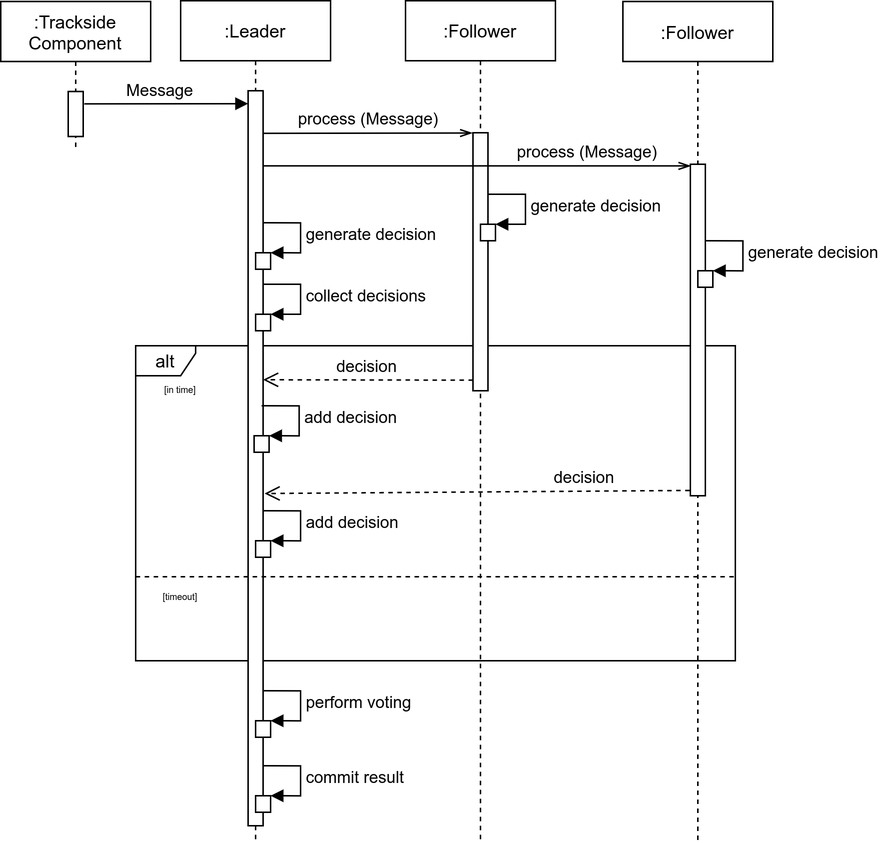
Earlier version of the draw.io export images/sequence/CollectResults.png (Boffmann/masterThesis). Source tidied: cells renumbered, new cells last; positions are measured from the earlier drawing's top-left corner, leaving out a move shared by most shapes.
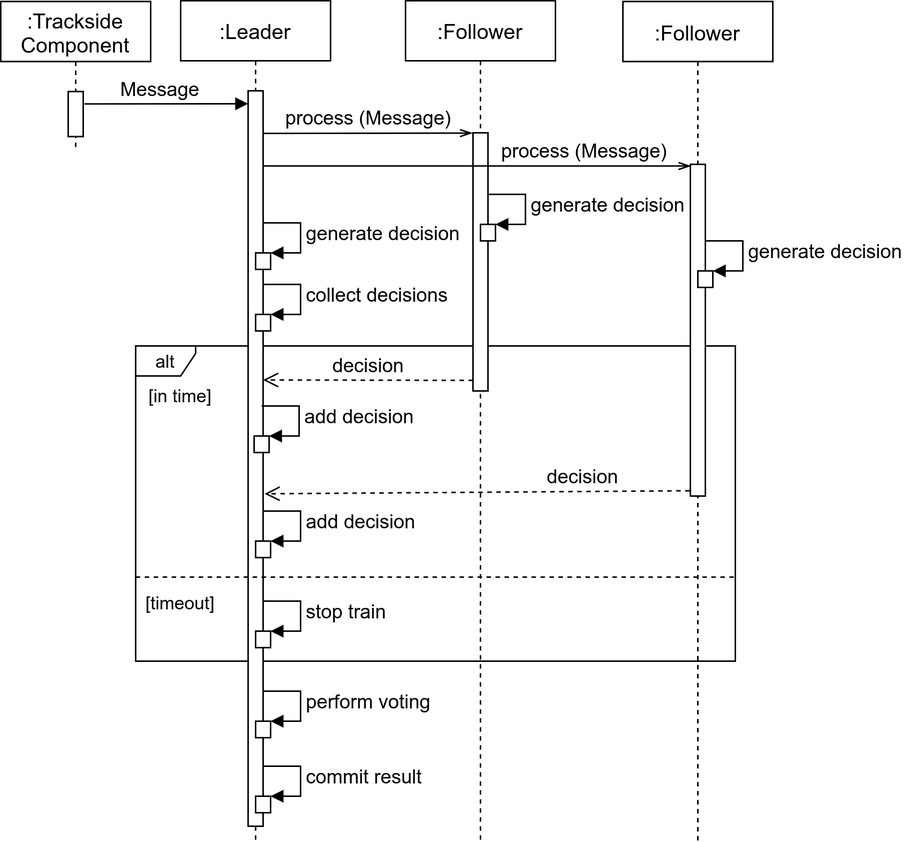
The same file after the commit.

What changed in the source:
```diff
@@ -5,13 +5,13 @@
     <mxCell id="2" value="alt" style="shape=umlFrame;whiteSpace=wrap;html=1;width=40;height=20;" parent="1" vertex="1">
       <mxGeometry x="90" y="230" width="400" height="210" as="geometry" />
     </mxCell>
-    <mxCell id="3" value=":Trackside Component" style="shape=umlLifeline;perimeter=lifelinePerimeter;whiteSpace=wrap;html=1;" parent="1" vertex="1">
+    <mxCell id="3" value="&lt;font style=&quot;font-size: 14px&quot;&gt;:Trackside Component&lt;/font&gt;" style="shape=umlLifeline;perimeter=lifelinePerimeter;whiteSpace=wrap;html=1;" parent="1" vertex="1">
       <mxGeometry y="0.5" width="100" height="100" as="geometry" />
     </mxCell>
     <mxCell id="4" style="html=1;points=[];perimeter=orthogonalPerimeter;" parent="3" vertex="1">
       <mxGeometry x="45" y="60" width="10" height="30" as="geometry" />
     </mxCell>
-    <mxCell id="5" value=":Leader" style="shape=umlLifeline;perimeter=lifelinePerimeter;whiteSpace=wrap;html=1;" parent="1" vertex="1">
+    <mxCell id="5" value="&lt;font style=&quot;font-size: 14px&quot;&gt;:Leader&lt;/font&gt;" style="shape=umlLifeline;perimeter=lifelinePerimeter;whiteSpace=wrap;html=1;" parent="1" vertex="1">
       <mxGeometry x="120" width="100" height="560" as="geometry" />
     </mxCell>
     <mxCell id="6" style="html=1;points=[];perimeter=orthogonalPerimeter;" parent="5" vertex="1">
@@ -20,7 +20,7 @@
     <mxCell id="7" style="html=1;points=[];perimeter=orthogonalPerimeter;" parent="5" vertex="1">
       <mxGeometry x="50" y="480" width="10" height="11" as="geometry" />
     </mxCell>
-    <mxCell id="8" value="perform voting" style="edgeStyle=orthogonalEdgeStyle;html=1;align=left;spacingLeft=2;endArrow=block;rounded=0;entryX=1;entryY=0;" parent="5" edge="1" target="7">
+    <mxCell id="8" value="&lt;font style=&quot;font-size: 13px&quot;&gt;perform voting&lt;/font&gt;" style="edgeStyle=orthogonalEdgeStyle;html=1;align=left;spacingLeft=2;endArrow=block;rounded=0;entryX=1;entryY=0;" parent="5" edge="1" target="7">
       <mxGeometry relative="1" as="geometry">
         <mxPoint x="55" y="460" as="sourcePoint" />
         <Array as="points">
@@ -31,7 +31,7 @@
     <mxCell id="9" style="html=1;points=[];perimeter=orthogonalPerimeter;" parent="5" vertex="1">
       <mxGeometry x="49" y="290" width="10" height="11" as="geometry" />
     </mxCell>
-    <mxCell id="10" value="add decision" style="edgeStyle=orthogonalEdgeStyle;html=1;align=left;spacingLeft=2;endArrow=block;rounded=0;entryX=1;entryY=0;" parent="5" edge="1" target="9">
+    <mxCell id="10" value="&lt;font style=&quot;font-size: 13px&quot;&gt;add decision&lt;/font&gt;" style="edgeStyle=orthogonalEdgeStyle;html=1;align=left;spacingLeft=2;endArrow=block;rounded=0;entryX=1;entryY=0;" parent="5" edge="1" target="9">
       <mxGeometry relative="1" as="geometry">
         <mxPoint x="54" y="270" as="sourcePoint" />
         <Array as="points">
@@ -39,7 +39,7 @@
         </Array>
       </mxGeometry>
     </mxCell>
-    <mxCell id="11" value=":Follower" style="shape=umlLifeline;perimeter=lifelinePerimeter;whiteSpace=wrap;html=1;" parent="1" vertex="1">
+    <mxCell id="11" value="&lt;font style=&quot;font-size: 14px&quot;&gt;:Follower&lt;/font&gt;" style="shape=umlLifeline;perimeter=lifelinePerimeter;whiteSpace=wrap;html=1;" parent="1" vertex="1">
       <mxGeometry x="270" width="100" height="560" as="geometry" />
     </mxCell>
     <mxCell id="12" style="html=1;points=[];perimeter=orthogonalPerimeter;" parent="11" vertex="1">
@@ -48,7 +48,7 @@
     <mxCell id="13" style="html=1;points=[];perimeter=orthogonalPerimeter;" parent="11" vertex="1">
       <mxGeometry x="50" y="149" width="10" height="11" as="geometry" />
     </mxCell>
-    <mxCell id="14" value="generate decision" style="edgeStyle=orthogonalEdgeStyle;html=1;align=left;spacingLeft=2;endArrow=block;rounded=0;entryX=1;entryY=0;" parent="11" edge="1" target="13">
+    <mxCell id="14" value="&lt;font style=&quot;font-size: 13px&quot;&gt;generate decision&lt;/font&gt;" style="edgeStyle=orthogonalEdgeStyle;html=1;align=left;spacingLeft=2;endArrow=block;rounded=0;entryX=1;entryY=0;" parent="11" edge="1" target="13">
       <mxGeometry relative="1" as="geometry">
         <mxPoint x="55" y="129" as="sourcePoint" />
         <Array as="points">
@@ -56,23 +56,23 @@
         </Array>
       </mxGeometry>
     </mxCell>
-    <mxCell id="15" value=":Follower" style="shape=umlLifeline;perimeter=lifelinePerimeter;whiteSpace=wrap;html=1;" parent="1" vertex="1">
+    <mxCell id="15" value="&lt;font style=&quot;font-size: 14px&quot;&gt;:Follower&lt;/font&gt;" style="shape=umlLifeline;perimeter=lifelinePerimeter;whiteSpace=wrap;html=1;" parent="1" vertex="1">
       <mxGeometry x="415" y="0.5" width="100" height="559.5" as="geometry" />
     </mxCell>
     <mxCell id="16" style="html=1;points=[];perimeter=orthogonalPerimeter;" parent="15" vertex="1">
       <mxGeometry x="45" y="108.5" width="10" height="221" as="geometry" />
     </mxCell>
-    <mxCell id="17" value="Message" style="html=1;verticalAlign=bottom;endArrow=block;exitX=1.074;exitY=0.275;exitDx=0;exitDy=0;exitPerimeter=0;" parent="1" edge="1" source="4">
+    <mxCell id="17" value="&lt;font style=&quot;font-size: 13px&quot;&gt;Message&lt;/font&gt;" style="html=1;verticalAlign=bottom;endArrow=block;exitX=1.074;exitY=0.275;exitDx=0;exitDy=0;exitPerimeter=0;" parent="1" edge="1" source="4">
       <mxGeometry x="-0.07" relative="1" as="geometry">
         <mxPoint x="165" y="68.6" as="targetPoint" />
       </mxGeometry>
     </mxCell>
-    <mxCell id="18" value="process (Message)" style="html=1;verticalAlign=bottom;endArrow=openThin;exitX=1.024;exitY=0.367;exitDx=0;exitDy=0;exitPerimeter=0;endFill=0;entryX=-0.052;entryY=0.001;entryDx=0;entryDy=0;entryPerimeter=0;" parent="1" edge="1" target="12">
+    <mxCell id="18" value="&lt;font style=&quot;font-size: 13px&quot;&gt;process (Message)&lt;/font&gt;" style="html=1;verticalAlign=bottom;endArrow=openThin;exitX=1.024;exitY=0.367;exitDx=0;exitDy=0;exitPerimeter=0;endFill=0;entryX=-0.052;entryY=0.001;entryDx=0;entryDy=0;entryPerimeter=0;" parent="1" edge="1" target="12">
       <mxGeometry relative="1" as="geometry">
         <mxPoint x="175.2" y="88.4" as="sourcePoint" />
       </mxGeometry>
     </mxCell>
-    <mxCell id="19" value="process (Message)" style="html=1;verticalAlign=bottom;endArrow=openThin;exitX=1.024;exitY=0.624;exitDx=0;exitDy=0;exitPerimeter=0;endFill=0;entryX=0.017;entryY=0.005;entryDx=0;entryDy=0;entryPerimeter=0;" parent="1" edge="1" target="16">
+    <mxCell id="19" value="&lt;font style=&quot;font-size: 13px&quot;&gt;process (Message)&lt;/font&gt;" style="html=1;verticalAlign=bottom;endArrow=openThin;exitX=1.024;exitY=0.624;exitDx=0;exitDy=0;exitPerimeter=0;endFill=0;entryX=0.017;entryY=0.005;entryDx=0;entryDy=0;entryPerimeter=0;" parent="1" edge="1" target="16">
       <mxGeometry x="0.51" relative="1" as="geometry">
         <mxPoint x="175.2" y="110.1" as="sourcePoint" />
       </mxGeometry>
@@ -80,7 +80,7 @@
     <mxCell id="20" style="html=1;points=[];perimeter=orthogonalPerimeter;" parent="1" vertex="1">
       <mxGeometry x="465" y="180" width="10" height="11" as="geometry" />
     </mxCell>
-    <mxCell id="21" value="generate decision" style="edgeStyle=orthogonalEdgeStyle;html=1;align=left;spacingLeft=2;endArrow=block;rounded=0;entryX=1;entryY=0;" parent="1" edge="1" target="20">
+    <mxCell id="21" value="&lt;font style=&quot;font-size: 13px&quot;&gt;generate decision&lt;/font&gt;" style="edgeStyle=orthogonalEdgeStyle;html=1;align=left;spacingLeft=2;endArrow=block;rounded=0;entryX=1;entryY=0;" parent="1" edge="1" target="20">
       <mxGeometry relative="1" as="geometry">
         <mxPoint x="470" y="160" as="sourcePoint" />
         <Array as="points">
@@ -91,7 +91,7 @@
     <mxCell id="22" style="html=1;points=[];perimeter=orthogonalPerimeter;" parent="1" vertex="1">
       <mxGeometry x="170" y="168" width="10" height="11" as="geometry" />
     </mxCell>
-    <mxCell id="23" value="generate decision" style="edgeStyle=orthogonalEdgeStyle;html=1;align=left;spacingLeft=2;endArrow=block;rounded=0;entryX=1;entryY=0;" parent="1" edge="1" target="22">
+    <mxCell id="23" value="&lt;font style=&quot;font-size: 13px&quot;&gt;generate decision&lt;/font&gt;" style="edgeStyle=orthogonalEdgeStyle;html=1;align=left;spacingLeft=2;endArrow=block;rounded=0;entryX=1;entryY=0;" parent="1" edge="1" target="22">
       <mxGeometry relative="1" as="geometry">
         <mxPoint x="175" y="148" as="sourcePoint" />
         <Array as="points">
@@ -102,7 +102,7 @@
     <mxCell id="24" style="html=1;points=[];perimeter=orthogonalPerimeter;" parent="1" vertex="1">
       <mxGeometry x="170" y="209" width="10" height="11" as="geometry" />
     </mxCell>
-    <mxCell id="25" value="collect decisions" style="edgeStyle=orthogonalEdgeStyle;html=1;align=left;spacingLeft=2;endArrow=block;rounded=0;entryX=1;entryY=0;" parent="1" edge="1" target="24">
+    <mxCell id="25" value="&lt;font style=&quot;font-size: 13px&quot;&gt;collect decisions&lt;/font&gt;" style="edgeStyle=orthogonalEdgeStyle;html=1;align=left;spacingLeft=2;endArrow=block;rounded=0;entryX=1;entryY=0;" parent="1" edge="1" target="24">
       <mxGeometry relative="1" as="geometry">
         <mxPoint x="175" y="189" as="sourcePoint" />
         <Array as="points">
@@ -110,18 +110,18 @@
         </Array>
       </mxGeometry>
     </mxCell>
-    <mxCell id="26" value="decision" style="html=1;verticalAlign=bottom;endArrow=open;dashed=1;endSize=8;exitX=0;exitY=0.959;exitDx=0;exitDy=0;exitPerimeter=0;" parent="1" edge="1" source="12">
+    <mxCell id="26" value="&lt;font style=&quot;font-size: 13px&quot;&gt;decision&lt;/font&gt;" style="html=1;verticalAlign=bottom;endArrow=open;dashed=1;endSize=8;exitX=0;exitY=0.959;exitDx=0;exitDy=0;exitPerimeter=0;" parent="1" edge="1" source="12">
       <mxGeometry relative="1" as="geometry">
         <mxPoint x="175" y="252.7" as="targetPoint" />
       </mxGeometry>
     </mxCell>
-    <mxCell id="27" value="decision" style="html=1;verticalAlign=bottom;endArrow=open;dashed=1;endSize=8;exitX=-0.047;exitY=0.984;exitDx=0;exitDy=0;exitPerimeter=0;entryX=1.1;entryY=0.548;entryDx=0;entryDy=0;entryPerimeter=0;" parent="1" edge="1" source="16" target="6">
+    <mxCell id="27" value="&lt;font style=&quot;font-size: 13px&quot;&gt;decision&lt;/font&gt;" style="html=1;verticalAlign=bottom;endArrow=open;dashed=1;endSize=8;exitX=-0.047;exitY=0.984;exitDx=0;exitDy=0;exitPerimeter=0;entryX=1.1;entryY=0.548;entryDx=0;entryDy=0;entryPerimeter=0;" parent="1" edge="1" source="16" target="6">
       <mxGeometry x="-0.5" relative="1" as="geometry" />
     </mxCell>
-    <mxCell id="28" value="[in time]" style="text;strokeColor=none;fillColor=none;align=center;verticalAlign=top;spacingLeft=4;spacingRight=4;overflow=hidden;dashed=1;fontSize=6;" parent="1" vertex="1">
+    <mxCell id="28" value="[in time]" style="text;strokeColor=none;fillColor=none;align=center;verticalAlign=top;spacingLeft=4;spacingRight=4;overflow=hidden;dashed=1;fontSize=12;" parent="1" vertex="1">
       <mxGeometry x="90" y="250" width="60" height="20" as="geometry" />
     </mxCell>
-    <mxCell id="29" value="[timeout]" style="text;strokeColor=none;fillColor=none;align=center;verticalAlign=top;spacingLeft=4;spacingRight=4;overflow=hidden;dashed=1;fontSize=6;" parent="1" vertex="1">
+    <mxCell id="29" value="[timeout]" style="text;strokeColor=none;fillColor=none;align=center;verticalAlign=top;spacingLeft=4;spacingRight=4;overflow=hidden;dashed=1;fontSize=12;" parent="1" vertex="1">
       <mxGeometry x="90" y="388" width="60" height="20" as="geometry" />
     </mxCell>
     <mxCell id="30" style="line;strokeWidth=1;fillColor=none;align=left;verticalAlign=middle;spacingTop=-1;spacingLeft=3;spacingRight=3;labelPosition=right;dashed=1;perimeterSpacing=0;" parent="1" vertex="1">
@@ -130,7 +130,7 @@
     <mxCell id="31" style="html=1;points=[];perimeter=orthogonalPerimeter;" parent="1" vertex="1">
       <mxGeometry x="170" y="360" width="10" height="11" as="geometry" />
     </mxCell>
-    <mxCell id="32" value="add decision" style="edgeStyle=orthogonalEdgeStyle;html=1;align=left;spacingLeft=2;endArrow=block;rounded=0;entryX=1;entryY=0;" parent="1" edge="1" target="31">
+    <mxCell id="32" value="&lt;font style=&quot;font-size: 13px&quot;&gt;add decision&lt;/font&gt;" style="edgeStyle=orthogonalEdgeStyle;html=1;align=left;spacingLeft=2;endArrow=block;rounded=0;entryX=1;entryY=0;" parent="1" edge="1" target="31">
       <mxGeometry relative="1" as="geometry">
         <mxPoint x="175" y="340" as="sourcePoint" />
         <Array as="points">
@@ -141,7 +141,7 @@
     <mxCell id="33" style="html=1;points=[];perimeter=orthogonalPerimeter;" parent="1" vertex="1">
       <mxGeometry x="170" y="530" width="10" height="11" as="geometry" />
     </mxCell>
-    <mxCell id="34" value="commit result" style="edgeStyle=orthogonalEdgeStyle;html=1;align=left;spacingLeft=2;endArrow=block;rounded=0;entryX=1;entryY=0;" parent="1" edge="1" target="33">
+    <mxCell id="34" value="&lt;font style=&quot;font-size: 13px&quot;&gt;commit result&lt;/font&gt;" style="edgeStyle=orthogonalEdgeStyle;html=1;align=left;spacingLeft=2;endArrow=block;rounded=0;entryX=1;entryY=0;" parent="1" edge="1" target="33">
       <mxGeometry relative="1" as="geometry">
         <mxPoint x="175" y="510" as="sourcePoint" />
         <Array as="points">
@@ -149,5 +149,16 @@
         </Array>
       </mxGeometry>
     </mxCell>
+    <mxCell id="35" style="html=1;points=[];perimeter=orthogonalPerimeter;" parent="1" vertex="1">
+      <mxGeometry x="170" y="420" width="10" height="11" as="geometry" />
+    </mxCell>
+    <mxCell id="36" value="&lt;font style=&quot;font-size: 13px&quot;&gt;stop train&lt;/font&gt;" style="edgeStyle=orthogonalEdgeStyle;html=1;align=left;spacingLeft=2;endArrow=block;rounded=0;entryX=1;entryY=0;" parent="1" edge="1" target="35">
+      <mxGeometry relative="1" as="geometry">
+        <mxPoint x="175" y="400" as="sourcePoint" />
+        <Array as="points">
+          <mxPoint x="200" y="400" />
+        </Array>
+      </mxGeometry>
+    </mxCell>
   </root>
 </mxGraphModel>
```
